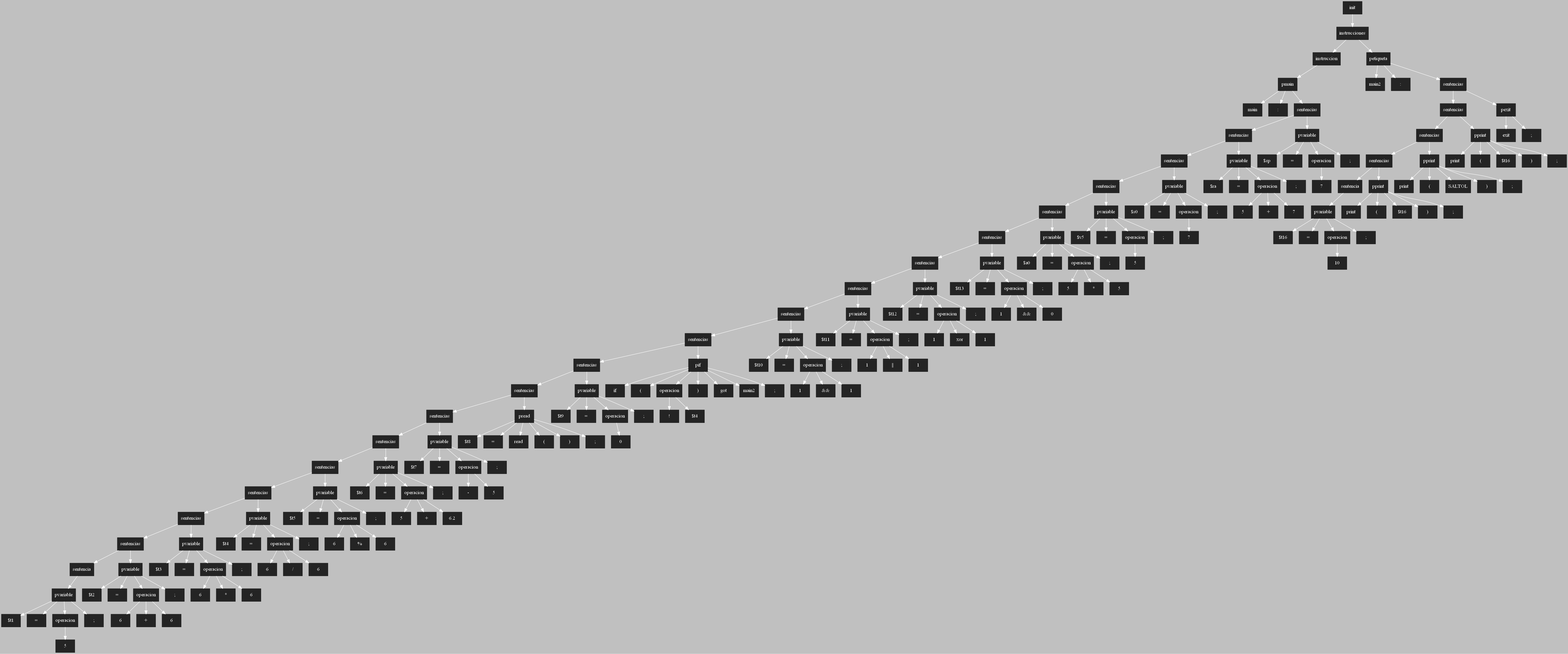
Earlier version of the Graphviz export ASPAscendente.png (AndreeAvalos/OLC2-AUGUS). Its source is kept beside it as ASPAscendente.dot.
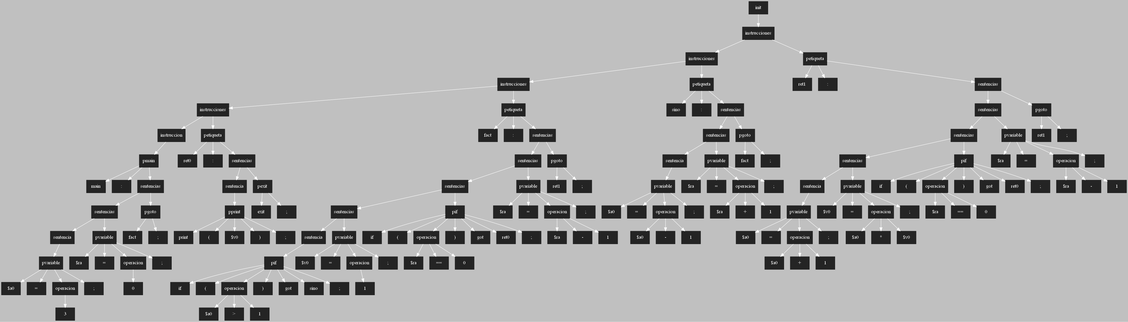
Later version of the same file.

The edit, as a diff of the source:
```diff
@@ -3,408 +3,322 @@
  [shape=box, style=filled, color=gray14]
  rankdir=UD
  edge[color=white, dir=fordware]
-202[style = "filled" ; label = "init"]
-201[style = "filled" ; label = "instrucciones"]
-165[style = "filled" ; label = "instruccion"]
-162[style = "filled" ; label = "pmain"]
-163[style = "filled" ; label = "main"]
-164[style = "filled" ; label = ":"]
-161[style = "filled" ; label = "sentencias"]
-154[style = "filled" ; label = "sentencias"]
-145[style = "filled" ; label = "sentencias"]
-138[style = "filled" ; label = "sentencias"]
-131[style = "filled" ; label = "sentencias"]
-122[style = "filled" ; label = "sentencias"]
-113[style = "filled" ; label = "sentencias"]
-104[style = "filled" ; label = "sentencias"]
-95[style = "filled" ; label = "sentencias"]
-86[style = "filled" ; label = "sentencias"]
-75[style = "filled" ; label = "sentencias"]
-68[style = "filled" ; label = "sentencias"]
-60[style = "filled" ; label = "sentencias"]
-52[style = "filled" ; label = "sentencias"]
-43[style = "filled" ; label = "sentencias"]
-34[style = "filled" ; label = "sentencias"]
-25[style = "filled" ; label = "sentencias"]
-16[style = "filled" ; label = "sentencias"]
+159[style = "filled" ; label = "init"]
+158[style = "filled" ; label = "instrucciones"]
+111[style = "filled" ; label = "instrucciones"]
+85[style = "filled" ; label = "instrucciones"]
+37[style = "filled" ; label = "instrucciones"]
+22[style = "filled" ; label = "instruccion"]
+19[style = "filled" ; label = "pmain"]
+20[style = "filled" ; label = "main"]
+21[style = "filled" ; label = ":"]
+18[style = "filled" ; label = "sentencias"]
+14[style = "filled" ; label = "sentencias"]
 7[style = "filled" ; label = "sentencia"]
 3[style = "filled" ; label = "pvariable"]
-4[style = "filled" ; label = "$t1"]
+4[style = "filled" ; label = "$a0"]
 5[style = "filled" ; label = "="]
 2[style = "filled" ; label = "operacion"]
-1[style = "filled" ; label = "5"]
+1[style = "filled" ; label = "3"]
 6[style = "filled" ; label = ";"]
-12[style = "filled" ; label = "pvariable"]
-13[style = "filled" ; label = "$t2"]
-14[style = "filled" ; label = "="]
-10[style = "filled" ; label = "operacion"]
-8[style = "filled" ; label = "6"]
-11[style = "filled" ; label = "+"]
-9[style = "filled" ; label = "6"]
-15[style = "filled" ; label = ";"]
-21[style = "filled" ; label = "pvariable"]
-22[style = "filled" ; label = "$t3"]
-23[style = "filled" ; label = "="]
-19[style = "filled" ; label = "operacion"]
-17[style = "filled" ; label = "6"]
-20[style = "filled" ; label = "*"]
-18[style = "filled" ; label = "6"]
-24[style = "filled" ; label = ";"]
-30[style = "filled" ; label = "pvariable"]
-31[style = "filled" ; label = "$t4"]
-32[style = "filled" ; label = "="]
-28[style = "filled" ; label = "operacion"]
-26[style = "filled" ; label = "6"]
-29[style = "filled" ; label = "/"]
-27[style = "filled" ; label = "6"]
-33[style = "filled" ; label = ";"]
-39[style = "filled" ; label = "pvariable"]
-40[style = "filled" ; label = "$t5"]
-41[style = "filled" ; label = "="]
-37[style = "filled" ; label = "operacion"]
-35[style = "filled" ; label = "6"]
-38[style = "filled" ; label = "%"]
-36[style = "filled" ; label = "6"]
-42[style = "filled" ; label = ";"]
-48[style = "filled" ; label = "pvariable"]
-49[style = "filled" ; label = "$t6"]
-50[style = "filled" ; label = "="]
-46[style = "filled" ; label = "operacion"]
-44[style = "filled" ; label = "5"]
-47[style = "filled" ; label = "+"]
-45[style = "filled" ; label = "6.2"]
-51[style = "filled" ; label = ";"]
-56[style = "filled" ; label = "pvariable"]
-57[style = "filled" ; label = "$t7"]
-58[style = "filled" ; label = "="]
-54[style = "filled" ; label = "operacion"]
-55[style = "filled" ; label = "-"]
-53[style = "filled" ; label = "5"]
-59[style = "filled" ; label = ";"]
-61[style = "filled" ; label = "pread"]
-62[style = "filled" ; label = "$t8"]
-63[style = "filled" ; label = "="]
-64[style = "filled" ; label = "read"]
-65[style = "filled" ; label = "("]
-66[style = "filled" ; label = ")"]
+10[style = "filled" ; label = "pvariable"]
+11[style = "filled" ; label = "$ra"]
+12[style = "filled" ; label = "="]
+9[style = "filled" ; label = "operacion"]
+8[style = "filled" ; label = "0"]
+13[style = "filled" ; label = ";"]
+15[style = "filled" ; label = "pgoto"]
+16[style = "filled" ; label = "fact"]
+17[style = "filled" ; label = ";"]
+34[style = "filled" ; label = "petiqueta"]
+35[style = "filled" ; label = "ret0"]
+36[style = "filled" ; label = ":"]
+33[style = "filled" ; label = "sentencias"]
+29[style = "filled" ; label = "sentencia"]
+23[style = "filled" ; label = "pprint"]
+24[style = "filled" ; label = "print"]
+25[style = "filled" ; label = "("]
+26[style = "filled" ; label = "$v0"]
+27[style = "filled" ; label = ")"]
+28[style = "filled" ; label = ";"]
+30[style = "filled" ; label = "pexit"]
+31[style = "filled" ; label = "exit"]
+32[style = "filled" ; label = ";"]
+82[style = "filled" ; label = "petiqueta"]
+83[style = "filled" ; label = "fact"]
+84[style = "filled" ; label = ":"]
+81[style = "filled" ; label = "sentencias"]
+77[style = "filled" ; label = "sentencias"]
+68[style = "filled" ; label = "sentencias"]
+56[style = "filled" ; label = "sentencias"]
+49[style = "filled" ; label = "sentencia"]
+42[style = "filled" ; label = "pif"]
+43[style = "filled" ; label = "if"]
+44[style = "filled" ; label = "("]
+40[style = "filled" ; label = "operacion"]
+38[style = "filled" ; label = "$a0"]
+41[style = "filled" ; label = ">"]
+39[style = "filled" ; label = "1"]
+45[style = "filled" ; label = ")"]
+46[style = "filled" ; label = "got"]
+47[style = "filled" ; label = "sino"]
+48[style = "filled" ; label = ";"]
+52[style = "filled" ; label = "pvariable"]
+53[style = "filled" ; label = "$v0"]
+54[style = "filled" ; label = "="]
+51[style = "filled" ; label = "operacion"]
+50[style = "filled" ; label = "1"]
+55[style = "filled" ; label = ";"]
+61[style = "filled" ; label = "pif"]
+62[style = "filled" ; label = "if"]
+63[style = "filled" ; label = "("]
+59[style = "filled" ; label = "operacion"]
+57[style = "filled" ; label = "$ra"]
+60[style = "filled" ; label = "=="]
+58[style = "filled" ; label = "0"]
+64[style = "filled" ; label = ")"]
+65[style = "filled" ; label = "got"]
+66[style = "filled" ; label = "ret0"]
 67[style = "filled" ; label = ";"]
-71[style = "filled" ; label = "pvariable"]
-72[style = "filled" ; label = "$t9"]
-73[style = "filled" ; label = "="]
-70[style = "filled" ; label = "operacion"]
-69[style = "filled" ; label = "0"]
-74[style = "filled" ; label = ";"]
-79[style = "filled" ; label = "pif"]
-80[style = "filled" ; label = "if"]
-81[style = "filled" ; label = "("]
-77[style = "filled" ; label = "operacion"]
-78[style = "filled" ; label = "!"]
-76[style = "filled" ; label = "$t4"]
-82[style = "filled" ; label = ")"]
-83[style = "filled" ; label = "got"]
-84[style = "filled" ; label = "main2"]
-85[style = "filled" ; label = ";"]
-91[style = "filled" ; label = "pvariable"]
-92[style = "filled" ; label = "$t10"]
-93[style = "filled" ; label = "="]
-89[style = "filled" ; label = "operacion"]
+73[style = "filled" ; label = "pvariable"]
+74[style = "filled" ; label = "$ra"]
+75[style = "filled" ; label = "="]
+71[style = "filled" ; label = "operacion"]
+69[style = "filled" ; label = "$ra"]
+72[style = "filled" ; label = "-"]
+70[style = "filled" ; label = "1"]
+76[style = "filled" ; label = ";"]
+78[style = "filled" ; label = "pgoto"]
+79[style = "filled" ; label = "ret1"]
+80[style = "filled" ; label = ";"]
+108[style = "filled" ; label = "petiqueta"]
+109[style = "filled" ; label = "sino"]
+110[style = "filled" ; label = ":"]
+107[style = "filled" ; label = "sentencias"]
+103[style = "filled" ; label = "sentencias"]
+94[style = "filled" ; label = "sentencia"]
+90[style = "filled" ; label = "pvariable"]
+91[style = "filled" ; label = "$a0"]
+92[style = "filled" ; label = "="]
+88[style = "filled" ; label = "operacion"]
+86[style = "filled" ; label = "$a0"]
+89[style = "filled" ; label = "-"]
 87[style = "filled" ; label = "1"]
-90[style = "filled" ; label = "&&"]
-88[style = "filled" ; label = "1"]
-94[style = "filled" ; label = ";"]
-100[style = "filled" ; label = "pvariable"]
-101[style = "filled" ; label = "$t11"]
-102[style = "filled" ; label = "="]
-98[style = "filled" ; label = "operacion"]
+93[style = "filled" ; label = ";"]
+99[style = "filled" ; label = "pvariable"]
+100[style = "filled" ; label = "$ra"]
+101[style = "filled" ; label = "="]
+97[style = "filled" ; label = "operacion"]
+95[style = "filled" ; label = "$ra"]
+98[style = "filled" ; label = "+"]
 96[style = "filled" ; label = "1"]
-99[style = "filled" ; label = "||"]
-97[style = "filled" ; label = "1"]
-103[style = "filled" ; label = ";"]
-109[style = "filled" ; label = "pvariable"]
-110[style = "filled" ; label = "$t12"]
-111[style = "filled" ; label = "="]
-107[style = "filled" ; label = "operacion"]
-105[style = "filled" ; label = "1"]
-108[style = "filled" ; label = "xor"]
-106[style = "filled" ; label = "1"]
-112[style = "filled" ; label = ";"]
-118[style = "filled" ; label = "pvariable"]
-119[style = "filled" ; label = "$t13"]
-120[style = "filled" ; label = "="]
-116[style = "filled" ; label = "operacion"]
-114[style = "filled" ; label = "1"]
-117[style = "filled" ; label = "&&"]
-115[style = "filled" ; label = "0"]
-121[style = "filled" ; label = ";"]
-127[style = "filled" ; label = "pvariable"]
-128[style = "filled" ; label = "$a0"]
-129[style = "filled" ; label = "="]
-125[style = "filled" ; label = "operacion"]
-123[style = "filled" ; label = "5"]
-126[style = "filled" ; label = "*"]
-124[style = "filled" ; label = "5"]
-130[style = "filled" ; label = ";"]
-134[style = "filled" ; label = "pvariable"]
-135[style = "filled" ; label = "$v5"]
-136[style = "filled" ; label = "="]
-133[style = "filled" ; label = "operacion"]
-132[style = "filled" ; label = "5"]
-137[style = "filled" ; label = ";"]
-141[style = "filled" ; label = "pvariable"]
-142[style = "filled" ; label = "$s0"]
-143[style = "filled" ; label = "="]
-140[style = "filled" ; label = "operacion"]
-139[style = "filled" ; label = "7"]
-144[style = "filled" ; label = ";"]
-150[style = "filled" ; label = "pvariable"]
-151[style = "filled" ; label = "$ra"]
-152[style = "filled" ; label = "="]
-148[style = "filled" ; label = "operacion"]
-146[style = "filled" ; label = "5"]
-149[style = "filled" ; label = "+"]
-147[style = "filled" ; label = "7"]
+102[style = "filled" ; label = ";"]
+104[style = "filled" ; label = "pgoto"]
+105[style = "filled" ; label = "fact"]
+106[style = "filled" ; label = ";"]
+155[style = "filled" ; label = "petiqueta"]
+156[style = "filled" ; label = "ret1"]
+157[style = "filled" ; label = ":"]
+154[style = "filled" ; label = "sentencias"]
+150[style = "filled" ; label = "sentencias"]
+141[style = "filled" ; label = "sentencias"]
+129[style = "filled" ; label = "sentencias"]
+120[style = "filled" ; label = "sentencia"]
+116[style = "filled" ; label = "pvariable"]
+117[style = "filled" ; label = "$a0"]
+118[style = "filled" ; label = "="]
+114[style = "filled" ; label = "operacion"]
+112[style = "filled" ; label = "$a0"]
+115[style = "filled" ; label = "+"]
+113[style = "filled" ; label = "1"]
+119[style = "filled" ; label = ";"]
+125[style = "filled" ; label = "pvariable"]
+126[style = "filled" ; label = "$v0"]
+127[style = "filled" ; label = "="]
+123[style = "filled" ; label = "operacion"]
+121[style = "filled" ; label = "$a0"]
+124[style = "filled" ; label = "*"]
+122[style = "filled" ; label = "$v0"]
+128[style = "filled" ; label = ";"]
+134[style = "filled" ; label = "pif"]
+135[style = "filled" ; label = "if"]
+136[style = "filled" ; label = "("]
+132[style = "filled" ; label = "operacion"]
+130[style = "filled" ; label = "$ra"]
+133[style = "filled" ; label = "=="]
+131[style = "filled" ; label = "0"]
+137[style = "filled" ; label = ")"]
+138[style = "filled" ; label = "got"]
+139[style = "filled" ; label = "ret0"]
+140[style = "filled" ; label = ";"]
+146[style = "filled" ; label = "pvariable"]
+147[style = "filled" ; label = "$ra"]
+148[style = "filled" ; label = "="]
+144[style = "filled" ; label = "operacion"]
+142[style = "filled" ; label = "$ra"]
+145[style = "filled" ; label = "-"]
+143[style = "filled" ; label = "1"]
+149[style = "filled" ; label = ";"]
+151[style = "filled" ; label = "pgoto"]
+152[style = "filled" ; label = "ret1"]
 153[style = "filled" ; label = ";"]
-157[style = "filled" ; label = "pvariable"]
-158[style = "filled" ; label = "$sp"]
-159[style = "filled" ; label = "="]
-156[style = "filled" ; label = "operacion"]
-155[style = "filled" ; label = "7"]
-160[style = "filled" ; label = ";"]
-198[style = "filled" ; label = "petiqueta"]
-199[style = "filled" ; label = "main2"]
-200[style = "filled" ; label = ":"]
-197[style = "filled" ; label = "sentencias"]
-193[style = "filled" ; label = "sentencias"]
-186[style = "filled" ; label = "sentencias"]
-179[style = "filled" ; label = "sentencias"]
-172[style = "filled" ; label = "sentencia"]
-168[style = "filled" ; label = "pvariable"]
-169[style = "filled" ; label = "$t16"]
-170[style = "filled" ; label = "="]
-167[style = "filled" ; label = "operacion"]
-166[style = "filled" ; label = "10"]
-171[style = "filled" ; label = ";"]
-173[style = "filled" ; label = "pprint"]
-174[style = "filled" ; label = "print"]
-175[style = "filled" ; label = "("]
-176[style = "filled" ; label = "$t16"]
-177[style = "filled" ; label = ")"]
-178[style = "filled" ; label = ";"]
-180[style = "filled" ; label = "pprint"]
-181[style = "filled" ; label = "print"]
-182[style = "filled" ; label = "("]
-183[style = "filled" ; label = "SALTOL"]
-184[style = "filled" ; label = ")"]
-185[style = "filled" ; label = ";"]
-187[style = "filled" ; label = "pprint"]
-188[style = "filled" ; label = "print"]
-189[style = "filled" ; label = "("]
-190[style = "filled" ; label = "$t16"]
-191[style = "filled" ; label = ")"]
-192[style = "filled" ; label = ";"]
-194[style = "filled" ; label = "pexit"]
-195[style = "filled" ; label = "exit"]
-196[style = "filled" ; label = ";"]
-202->201;
-201->165;
-165->162;
-162->163;
-162->164;
-162->161;
-161->154;
-154->145;
-145->138;
-138->131;
-131->122;
-122->113;
-113->104;
-104->95;
-95->86;
-86->75;
-75->68;
-68->60;
-60->52;
-52->43;
-43->34;
-34->25;
-25->16;
-16->7;
+159->158;
+158->111;
+111->85;
+85->37;
+37->22;
+22->19;
+19->20;
+19->21;
+19->18;
+18->14;
+14->7;
 7->3;
 3->4;
 3->5;
 3->2;
 2->1;
 3->6;
-16->12;
-12->13;
-12->14;
-12->10;
-10->8;
+14->10;
 10->11;
+10->12;
 10->9;
-12->15;
-25->21;
-21->22;
-21->23;
-21->19;
-19->17;
-19->20;
-19->18;
-21->24;
-34->30;
+9->8;
+10->13;
+18->15;
+15->16;
+15->17;
+37->34;
+34->35;
+34->36;
+34->33;
+33->29;
+29->23;
+23->24;
+23->25;
+23->26;
+23->27;
+23->28;
+33->30;
 30->31;
 30->32;
-30->28;
-28->26;
-28->29;
-28->27;
-30->33;
-43->39;
-39->40;
-39->41;
-39->37;
-37->35;
-37->38;
-37->36;
-39->42;
-52->48;
-48->49;
-48->50;
-48->46;
-46->44;
-46->47;
-46->45;
-48->51;
-60->56;
-56->57;
-56->58;
-56->54;
-54->55;
-54->53;
-56->59;
+85->82;
+82->83;
+82->84;
+82->81;
+81->77;
+77->68;
+68->56;
+56->49;
+49->42;
+42->43;
+42->44;
+42->40;
+40->38;
+40->41;
+40->39;
+42->45;
+42->46;
+42->47;
+42->48;
+56->52;
+52->53;
+52->54;
+52->51;
+51->50;
+52->55;
 68->61;
 61->62;
 61->63;
+61->59;
+59->57;
+59->60;
+59->58;
 61->64;
 61->65;
 61->66;
 61->67;
-75->71;
+77->73;
+73->74;
+73->75;
+73->71;
+71->69;
 71->72;
-71->73;
 71->70;
-70->69;
-71->74;
-86->79;
-79->80;
-79->81;
-79->77;
-77->78;
-77->76;
-79->82;
-79->83;
-79->84;
-79->85;
-95->91;
-91->92;
-91->93;
-91->89;
-89->87;
-89->90;
-89->88;
-91->94;
-104->100;
-100->101;
-100->102;
-100->98;
-98->96;
-98->99;
-98->97;
-100->103;
-113->109;
-109->110;
-109->111;
-109->107;
-107->105;
-107->108;
-107->106;
-109->112;
-122->118;
-118->119;
-118->120;
-118->116;
+73->76;
+81->78;
+78->79;
+78->80;
+111->108;
+108->109;
+108->110;
+108->107;
+107->103;
+103->94;
+94->90;
+90->91;
+90->92;
+90->88;
+88->86;
+88->89;
+88->87;
+90->93;
+103->99;
+99->100;
+99->101;
+99->97;
+97->95;
+97->98;
+97->96;
+99->102;
+107->104;
+104->105;
+104->106;
+158->155;
+155->156;
+155->157;
+155->154;
+154->150;
+150->141;
+141->129;
+129->120;
+120->116;
+116->117;
+116->118;
 116->114;
-116->117;
-116->115;
-118->121;
-131->127;
-127->128;
-127->129;
-127->125;
+114->112;
+114->115;
+114->113;
+116->119;
+129->125;
+125->126;
+125->127;
 125->123;
-125->126;
-125->124;
-127->130;
-138->134;
+123->121;
+123->124;
+123->122;
+125->128;
+141->134;
 134->135;
 134->136;
-134->133;
-133->132;
+134->132;
+132->130;
+132->133;
+132->131;
 134->137;
-145->141;
-141->142;
-141->143;
-141->140;
-140->139;
-141->144;
-154->150;
-150->151;
-150->152;
-150->148;
-148->146;
-148->149;
-148->147;
-150->153;
-161->157;
-157->158;
-157->159;
-157->156;
-156->155;
-157->160;
-201->198;
-198->199;
-198->200;
-198->197;
-197->193;
-193->186;
-186->179;
-179->172;
-172->168;
-168->169;
-168->170;
-168->167;
-167->166;
-168->171;
-179->173;
-173->174;
-173->175;
-173->176;
-173->177;
-173->178;
-186->180;
-180->181;
-180->182;
-180->183;
-180->184;
-180->185;
-193->187;
-187->188;
-187->189;
-187->190;
-187->191;
-187->192;
-197->194;
-194->195;
-194->196;
+134->138;
+134->139;
+134->140;
+150->146;
+146->147;
+146->148;
+146->144;
+144->142;
+144->145;
+144->143;
+146->149;
+154->151;
+151->152;
+151->153;
 
 }
```
